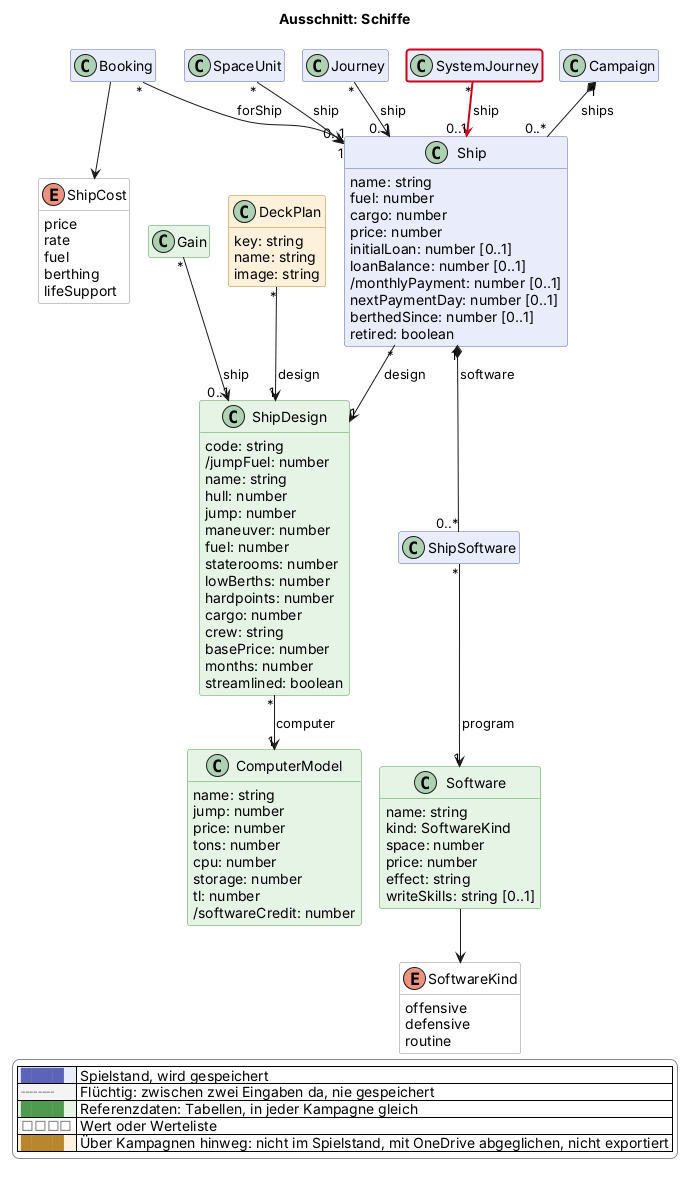
scuzzar/SRE keeps this PlantUML diagram as docs/views/schiffe.png. Above is the earlier version.
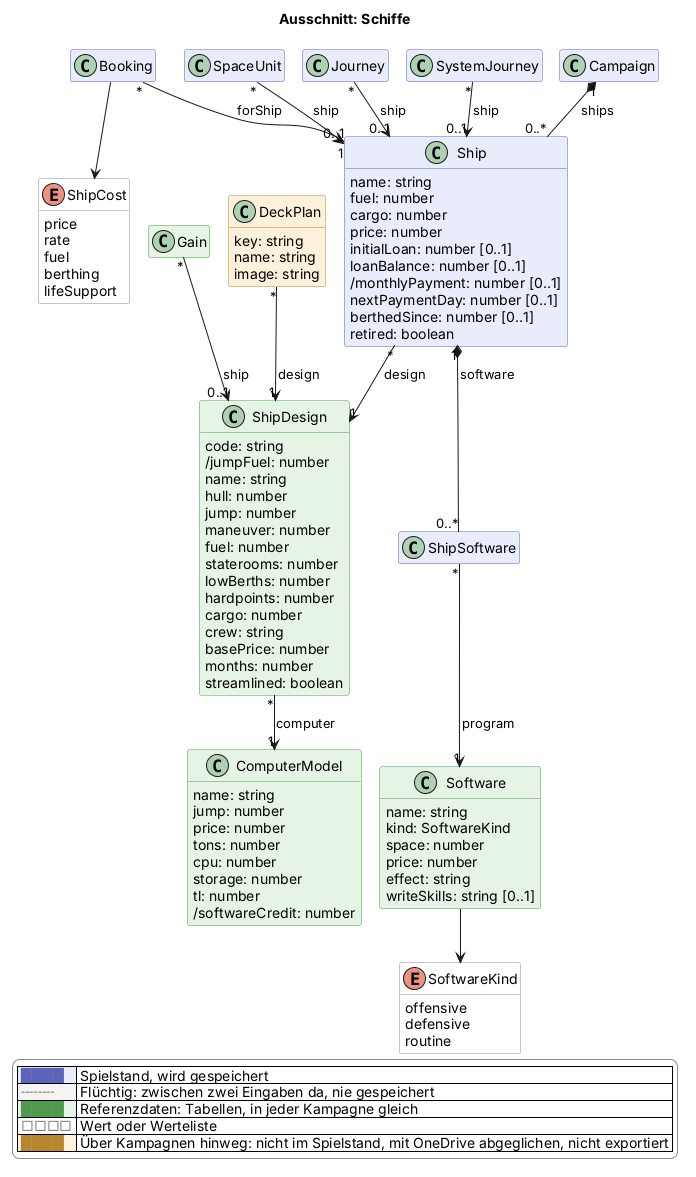
After the commit.

Change to the diagram source:
```diff
@@ -146,7 +146,7 @@
 
 
   class Journey $reise
-  class SystemJourney $reise $newClass("2026-11-20d")
+  class SystemJourney $reise
 
 
   class Gain <<reference>> $erschaffung
@@ -166,7 +166,7 @@
 
 Journey "*" --> "0..1" Ship : ship
 Booking --> ShipCost
-SystemJourney "*" -$newArrow("2026-11-20d")-> "0..1" Ship : ship
+SystemJourney "*" --> "0..1" Ship : ship
 
 
 
```
